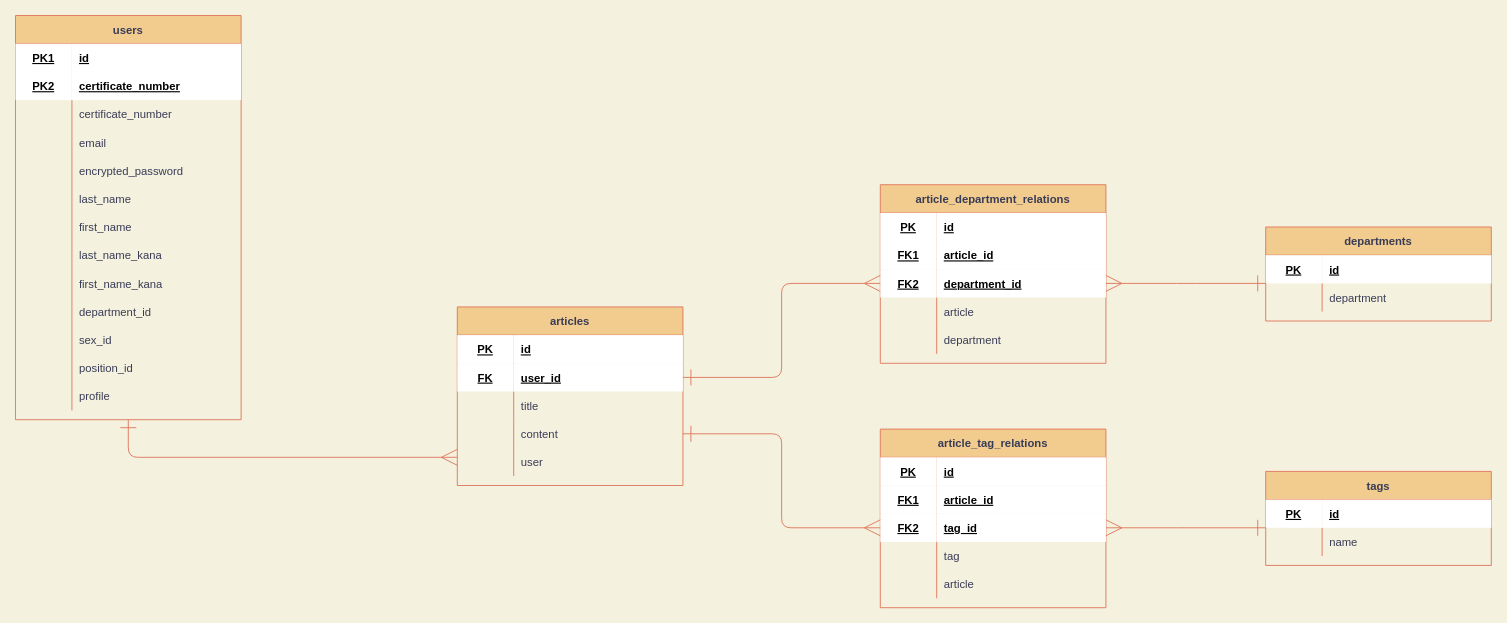
Above: ER.dio in KeishiNoguchi0702/Mono_Shiri_College (draw.io), before the change. Source tidied: cells renumbered, new cells numbered last; positions are measured from the earlier drawing's top-left corner, leaving out a move shared by most shapes. Both pictures are drawn from the tidied source at 94%, with x=0, y=0 at pixel (15, 15).
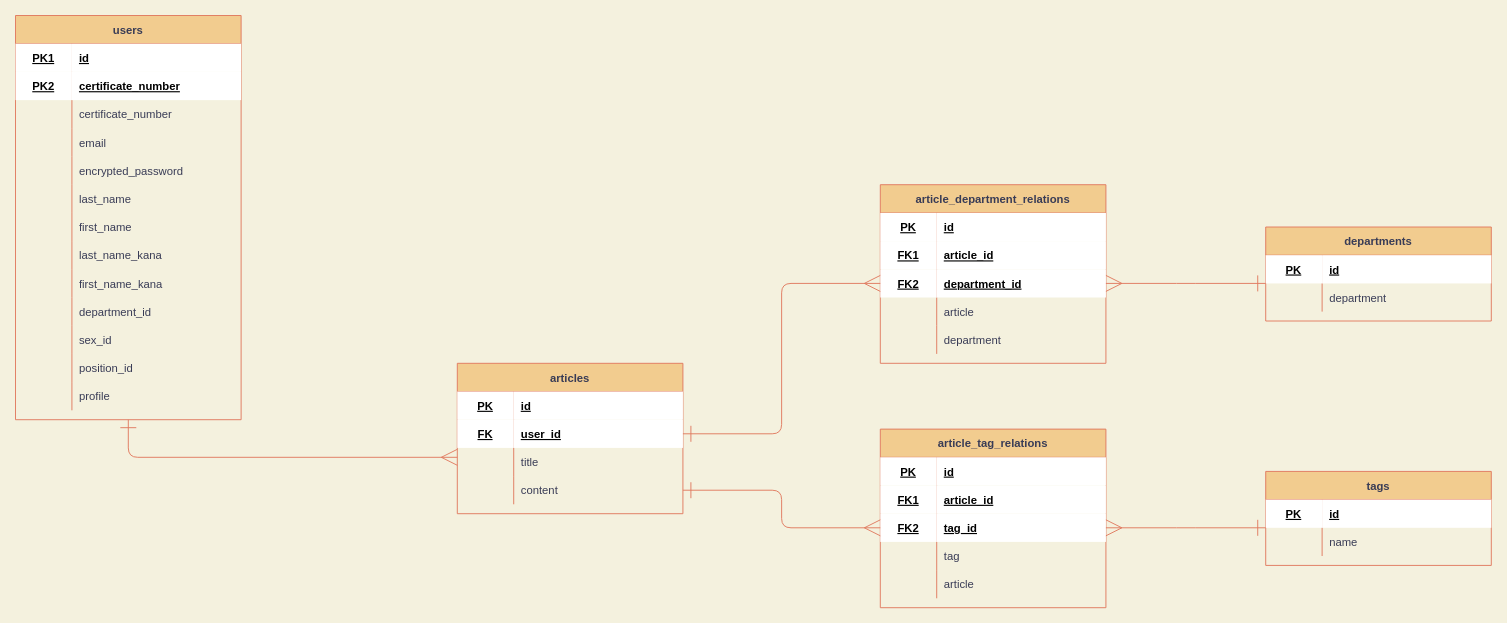
After the change.

Commit message (it also covers changes not shown here):
カラム名修正に伴いER図とREADMEを修正

The edit, as a diff of the source:
```diff
@@
     <mxCell id="43" value="articles" style="shape=table;startSize=30;childLayout=tableLayout;rowLines=0;fontStyle=1;align=center;rounded=0;sketch=0;strokeColor=#E07A5F;fillColor=#F2CC8F;fontColor=#393C56;" parent="1" vertex="1">
-      <mxGeometry x="470" y="310" width="240" height="190" as="geometry" />
+      <mxGeometry x="470" y="370" width="240" height="160" as="geometry" />
     </mxCell>
@@
-    <mxCell id="56" style="shape=partialRectangle;fillColor=none;top=0;left=0;bottom=0;right=0;strokeColor=#E07A5F;fontColor=#393C56;" parent="43" vertex="1">
-      <mxGeometry y="150" width="240" height="30" as="geometry" />
-    </mxCell>
-    <mxCell id="57" style="shape=partialRectangle;fillColor=none;top=0;left=0;bottom=0;right=0;overflow=hidden;labelBackgroundColor=none;fontColor=#393C56;strokeColor=#E07A5F;" parent="56" vertex="1">
-      <mxGeometry width="60" height="30" as="geometry" />
-    </mxCell>
-    <mxCell id="58" value="user" style="shape=partialRectangle;fillColor=none;top=0;left=0;bottom=0;right=0;align=left;spacingLeft=6;overflow=hidden;labelBackgroundColor=none;fontColor=#393C56;strokeColor=#E07A5F;" parent="56" vertex="1">
-      <mxGeometry x="60" width="180" height="30" as="geometry" />
-    </mxCell>
```
